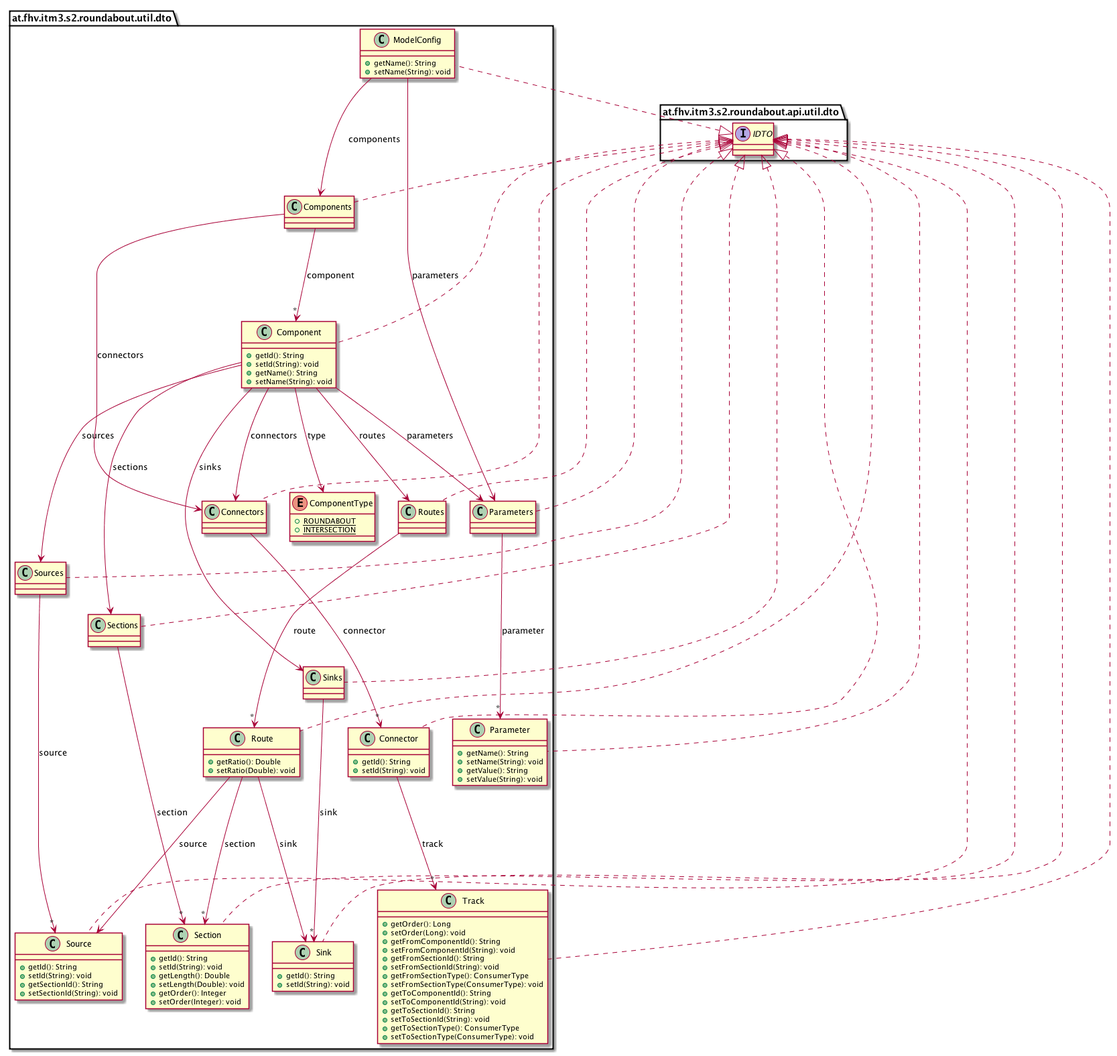
Above: images/uml-class/at.fhv.itm3.s2.roundabout.util.dto.package.png in sereGkaluv/Roundabout-Simulation-Library (PlantUML), before the change.
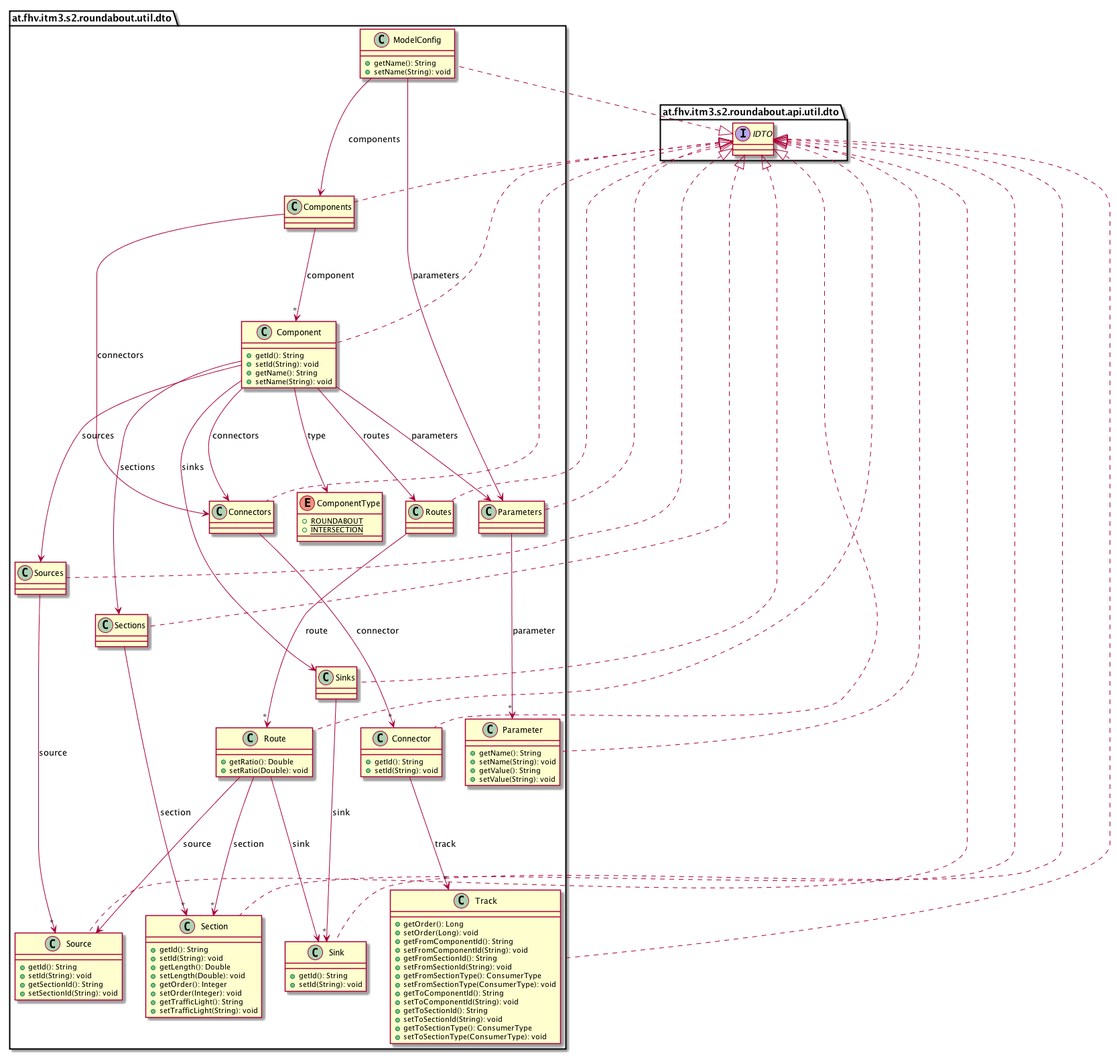
Later version of the same file.

Diff of the diagram source:
```diff
@@ -22,6 +22,8 @@
             +setLength(Double): void
             +getOrder(): Integer
             +setOrder(Integer): void
+            +getTrafficLight(): String
+            +setTrafficLight(String): void
         }
 
         class Connector [[../../../../../at/fhv/itm3/s2/roundabout/util/dto/Connector.html]] {
```
